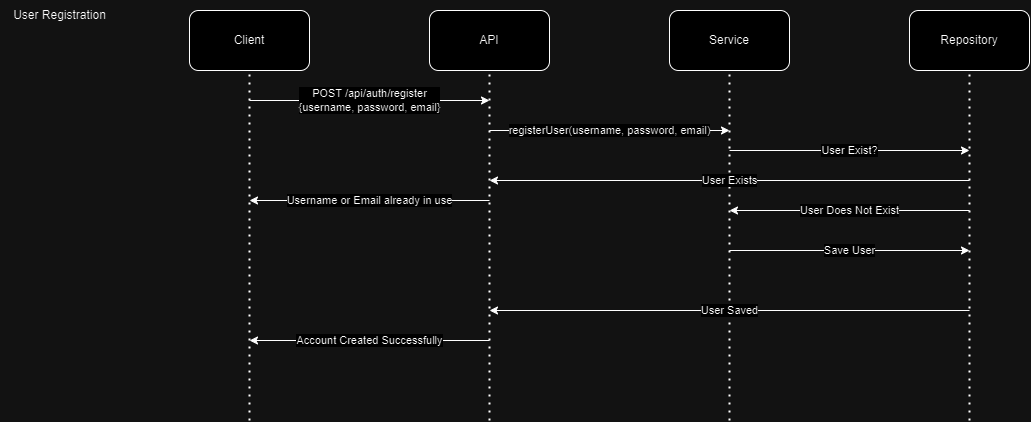
This is documents/images/RegisterSequence.drawio.png from shahd9290/Competitive-Revision-Website, a draw.io export, as it was before one commit. Source tidied: cells renumbered, new cells last; positions are measured from the earlier drawing's top-left corner, leaving out a move shared by most shapes.
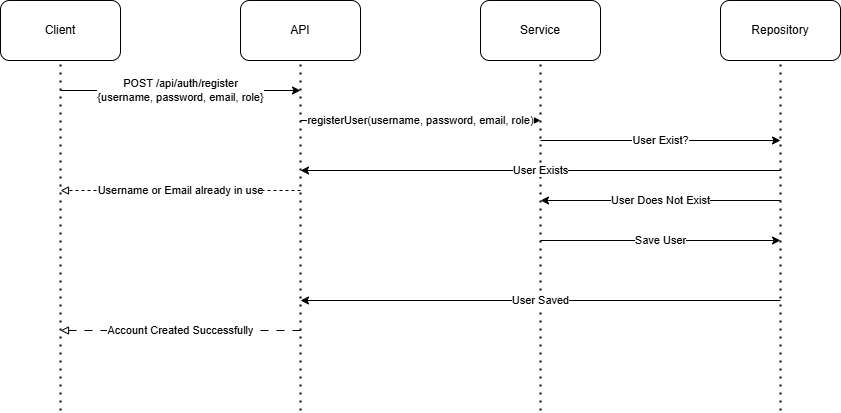
After the change.

Diff of the diagram source:
```diff
@@ -5,50 +5,47 @@
     <mxCell id="2" value="API" style="rounded=1;whiteSpace=wrap;html=1;" parent="1" vertex="1">
       <mxGeometry x="430" y="10" width="120" height="60" as="geometry" />
     </mxCell>
-    <mxCell id="3" style="endArrow=none;dashed=1;html=1;dashPattern=1 3;strokeWidth=2;rounded=0;entryX=0.5;entryY=1;entryDx=0;entryDy=0;" parent="1" edge="1" target="2">
-      <mxGeometry relative="1" as="geometry">
-        <mxPoint x="490" y="420" as="sourcePoint" />
-      </mxGeometry>
-    </mxCell>
+    <mxCell id="20" style="endArrow=none;dashed=1;html=1;dashPattern=1 3;strokeWidth=2;rounded=0;entryX=0.5;entryY=1;entryDx=0;entryDy=0;" parent="1" edge="1" target="2">
+      <mxGeometry relative="1" as="geometry">
+        <mxPoint x="490" y="420" as="sourcePoint" />
+      </mxGeometry>
+    </mxCell>
     <mxCell id="4" value="Service" style="rounded=1;whiteSpace=wrap;html=1;" parent="1" vertex="1">
       <mxGeometry x="670" y="10" width="120" height="60" as="geometry" />
     </mxCell>
-    <mxCell id="5" style="endArrow=none;dashed=1;html=1;dashPattern=1 3;strokeWidth=2;rounded=0;entryX=0.5;entryY=1;entryDx=0;entryDy=0;" parent="1" edge="1" target="4">
-      <mxGeometry relative="1" as="geometry">
-        <mxPoint x="730" y="420" as="sourcePoint" />
-      </mxGeometry>
-    </mxCell>
+    <mxCell id="21" style="endArrow=none;dashed=1;html=1;dashPattern=1 3;strokeWidth=2;rounded=0;entryX=0.5;entryY=1;entryDx=0;entryDy=0;" parent="1" edge="1" target="4">
+      <mxGeometry relative="1" as="geometry">
+        <mxPoint x="730" y="420" as="sourcePoint" />
+      </mxGeometry>
+    </mxCell>
     <mxCell id="6" value="Repository" style="rounded=1;whiteSpace=wrap;html=1;" parent="1" vertex="1">
       <mxGeometry x="910" y="10" width="120" height="60" as="geometry" />
     </mxCell>
-    <mxCell id="7" style="endArrow=none;dashed=1;html=1;dashPattern=1 3;strokeWidth=2;rounded=0;entryX=0.5;entryY=1;entryDx=0;entryDy=0;" parent="1" edge="1" target="6">
-      <mxGeometry relative="1" as="geometry">
-        <mxPoint x="970" y="420" as="sourcePoint" />
-      </mxGeometry>
-    </mxCell>
+    <mxCell id="22" style="endArrow=none;dashed=1;html=1;dashPattern=1 3;strokeWidth=2;rounded=0;entryX=0.5;entryY=1;entryDx=0;entryDy=0;" parent="1" edge="1" target="6">
+      <mxGeometry relative="1" as="geometry">
+        <mxPoint x="970" y="420" as="sourcePoint" />
+      </mxGeometry>
+    </mxCell>
     <mxCell id="8" value="Client" style="rounded=1;whiteSpace=wrap;html=1;" parent="1" vertex="1">
       <mxGeometry x="190" y="10" width="120" height="60" as="geometry" />
     </mxCell>
-    <mxCell id="9" style="endArrow=none;dashed=1;html=1;dashPattern=1 3;strokeWidth=2;rounded=0;entryX=0.5;entryY=1;entryDx=0;entryDy=0;" parent="1" edge="1" target="8">
-      <mxGeometry relative="1" as="geometry">
-        <mxPoint x="250" y="420" as="sourcePoint" />
-      </mxGeometry>
-    </mxCell>
-    <mxCell id="10" value="User Registration" style="text;html=1;align=center;verticalAlign=middle;strokeColor=none;fillColor=none;" parent="1" vertex="1">
-      <mxGeometry width="120" height="30" as="geometry" />
-    </mxCell>
-    <mxCell id="11" value="POST /api/auth/register&lt;br&gt;{username, password, email}" style="endArrow=classic;html=1;rounded=0;" parent="1" edge="1">
-      <mxGeometry relative="1" as="geometry">
-        <mxPoint x="250" y="100" as="sourcePoint" />
-        <mxPoint x="490" y="100" as="targetPoint" />
-      </mxGeometry>
-    </mxCell>
-    <mxCell id="12" value="registerUser(username, password, email)" style="endArrow=classic;html=1;rounded=0;" parent="1" edge="1">
-      <mxGeometry relative="1" as="geometry">
-        <mxPoint x="490" y="130" as="sourcePoint" />
-        <mxPoint x="730" y="130" as="targetPoint" />
-      </mxGeometry>
-    </mxCell>
+    <mxCell id="23" style="endArrow=none;dashed=1;html=1;dashPattern=1 3;strokeWidth=2;rounded=0;entryX=0.5;entryY=1;entryDx=0;entryDy=0;" parent="1" edge="1" target="8">
+      <mxGeometry relative="1" as="geometry">
+        <mxPoint x="250" y="420" as="sourcePoint" />
+      </mxGeometry>
+    </mxCell>
+    <mxCell id="24" value="POST /api/auth/register&lt;br&gt;{username, password, email, role}" style="endArrow=classic;html=1;rounded=0;" parent="1" edge="1">
+      <mxGeometry relative="1" as="geometry">
+        <mxPoint x="250" y="100" as="sourcePoint" />
+        <mxPoint x="490" y="100" as="targetPoint" />
+      </mxGeometry>
+    </mxCell>
+    <mxCell id="25" value="registerUser(username, password, email, role)" style="endArrow=classic;html=1;rounded=0;" parent="1" edge="1">
+      <mxGeometry relative="1" as="geometry">
+        <mxPoint x="490" y="130" as="sourcePoint" />
+        <mxPoint x="730" y="130" as="targetPoint" />
+      </mxGeometry>
+    </mxCell>
     <mxCell id="13" value="User Exist?" style="endArrow=classic;html=1;rounded=0;" parent="1" edge="1">
       <mxGeometry relative="1" as="geometry">
         <mxPoint x="730" y="150" as="sourcePoint" />
@@ -79,13 +76,13 @@
         <mxPoint x="490" y="310" as="targetPoint" />
       </mxGeometry>
     </mxCell>
-    <mxCell id="18" value="Account Created Successfully" style="endArrow=classic;html=1;rounded=0;" parent="1" edge="1">
+    <mxCell id="18" value="Account Created Successfully" style="endArrow=block;html=1;rounded=0;endFill=0;dashed=1;dashPattern=8 8;" parent="1" edge="1">
       <mxGeometry relative="1" as="geometry">
         <mxPoint x="490" y="340" as="sourcePoint" />
         <mxPoint x="250" y="340" as="targetPoint" />
       </mxGeometry>
     </mxCell>
-    <mxCell id="19" value="Username or Email already in use" style="endArrow=classic;html=1;rounded=0;" parent="1" edge="1">
+    <mxCell id="19" value="Username or Email already in use" style="endArrow=block;html=1;rounded=0;endFill=0;dashed=1;" parent="1" edge="1">
       <mxGeometry relative="1" as="geometry">
         <mxPoint x="490" y="200" as="sourcePoint" />
         <mxPoint x="250" y="200" as="targetPoint" />
```
